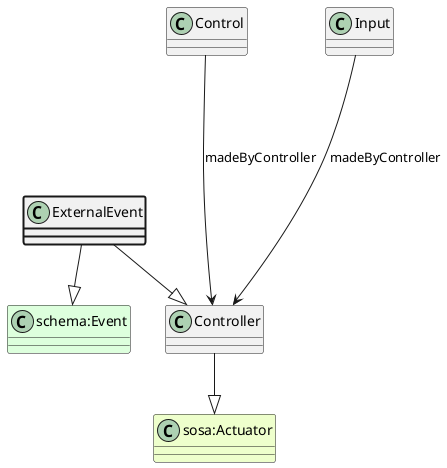
aus-plant-phenomics-network/appn-schema keeps this PlantUML diagram as ttl_uml/ttl_appn_ExternalEvent.png. Above is the earlier version.
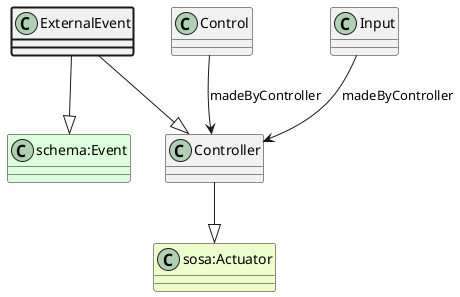
Later version of the same file.

The edit, as a diff of the source:
```diff
@@ -4,9 +4,9 @@
 class "sosa:Actuator" #EEFFCC
 Controller --|> "sosa:Actuator"
 class Control
-Control ----> Controller : madeByController
+Control --> Controller : madeByController
 class Input
-Input ----> Controller : madeByController
+Input --> Controller : madeByController
 ExternalEvent --|> Controller
 class "schema:Event" #DDFFDD
 ExternalEvent --|> "schema:Event"
```
